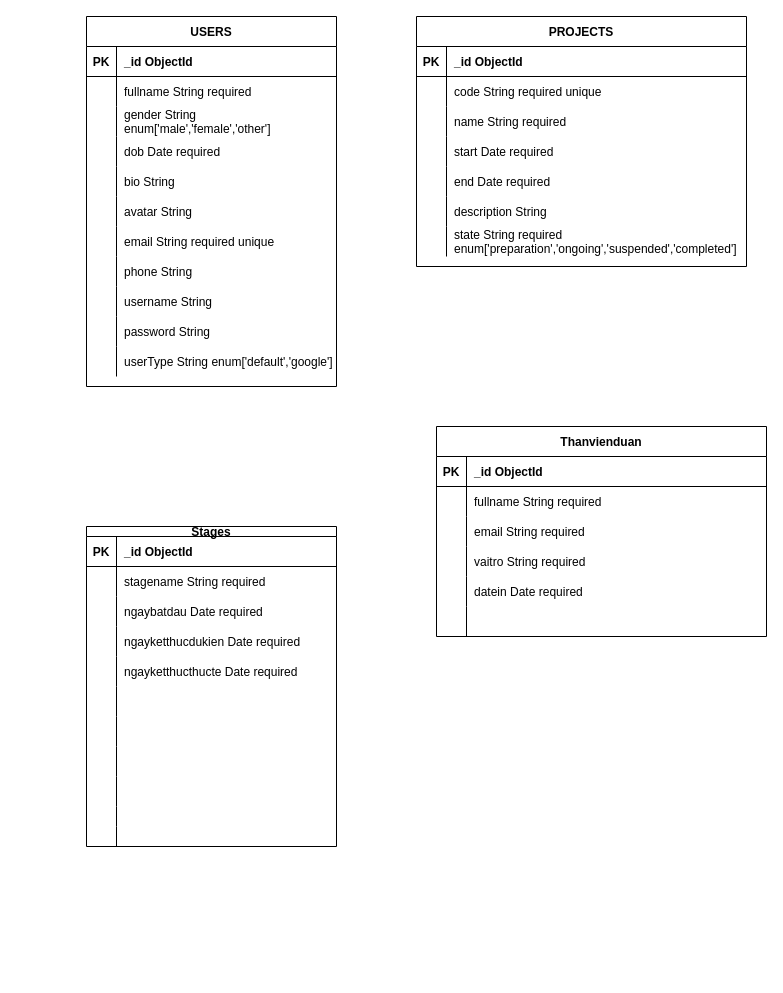
The draw.io diagram Untitled Diagram.drawio in mqdo/pnl-x10-2-backend, before the edit. Source tidied: cells renumbered, new cells numbered last; positions are measured from the earlier drawing's top-left corner, leaving out a move shared by most shapes. Both pictures are drawn from the tidied source at 100%, with x=0, y=0 at pixel (86, 16).
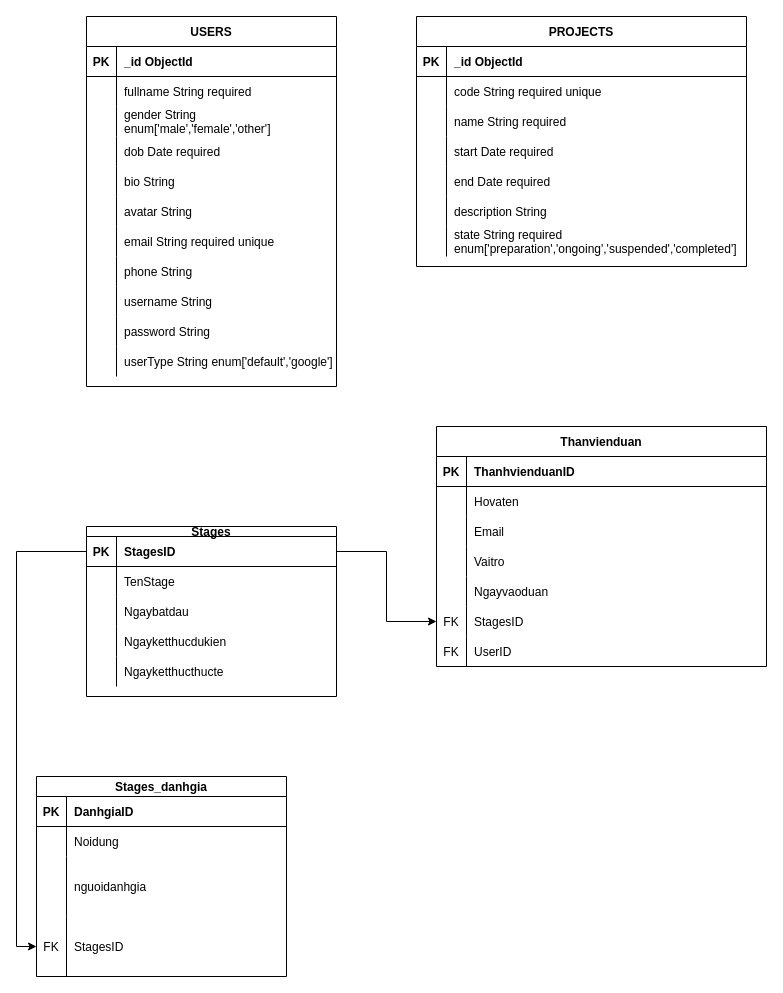
The same page after the edit.

Unchanged cells that the change refers to:
```xml
<mxCell id="59" style="shape=partialRectangle;fillColor=none;points=[[0,0.5],[1,0.5]];portConstraint=eastwest;top=0;left=0;right=0;bottom=1;" parent="58" vertex="1">
  <mxGeometry y="10" width="250" height="30" as="geometry" />
</mxCell>
<mxCell id="62" style="shape=partialRectangle;fillColor=none;top=0;left=0;right=0;bottom=0;" parent="58" vertex="1">
  <mxGeometry y="40" width="250" height="30" as="geometry" />
</mxCell>
<mxCell id="65" style="shape=partialRectangle;fillColor=none;top=0;left=0;right=0;bottom=0;" parent="58" vertex="1">
  <mxGeometry y="70" width="250" height="30" as="geometry" />
</mxCell>
<mxCell id="68" style="shape=partialRectangle;fillColor=none;top=0;left=0;right=0;bottom=0;" parent="58" vertex="1">
  <mxGeometry y="100" width="250" height="30" as="geometry" />
</mxCell>
<mxCell id="71" style="shape=partialRectangle;fillColor=none;top=0;left=0;right=0;bottom=0;" parent="58" vertex="1">
  <mxGeometry y="130" width="250" height="30" as="geometry" />
</mxCell>
<mxCell id="93" style="shape=partialRectangle;fillColor=none;top=0;left=0;right=0;bottom=1;" parent="92" vertex="1">
  <mxGeometry y="30" width="330" height="30" as="geometry" />
</mxCell>
<mxCell id="96" style="shape=partialRectangle;fillColor=none;top=0;left=0;right=0;bottom=0;" parent="92" vertex="1">
  <mxGeometry y="60" width="330" height="30" as="geometry" />
</mxCell>
<mxCell id="99" style="shape=partialRectangle;fillColor=none;top=0;left=0;right=0;bottom=0;" parent="92" vertex="1">
  <mxGeometry y="90" width="330" height="30" as="geometry" />
</mxCell>
<mxCell id="102" style="shape=partialRectangle;fillColor=none;top=0;left=0;right=0;bottom=0;" parent="92" vertex="1">
  <mxGeometry y="120" width="330" height="30" as="geometry" />
</mxCell>
<mxCell id="105" style="shape=partialRectangle;fillColor=none;top=0;left=0;right=0;bottom=0;" parent="92" vertex="1">
  <mxGeometry y="150" width="330" height="30" as="geometry" />
</mxCell>
<mxCell id="108" style="shape=partialRectangle;fillColor=none;points=[[0,0.5],[1,0.5]];portConstraint=eastwest;top=0;left=0;right=0;bottom=0;" parent="92" vertex="1">
  <mxGeometry y="180" width="330" height="30" as="geometry" />
</mxCell>
```

Change to the diagram source:
```diff
@@
     <mxCell id="58" value="Stages" style="shape=table;startSize=10;childLayout=tableLayout;rowLines=0;fontStyle=1;align=center;" parent="1" vertex="1">
-      <mxGeometry y="510" width="250" height="320" as="geometry" />
+      <mxGeometry y="510" width="250" height="170" as="geometry" />
     </mxCell>
@@
-    <mxCell id="61" value="_id ObjectId" style="shape=partialRectangle;overflow=hidden;fillColor=none;top=0;left=0;bottom=0;right=0;align=left;spacingLeft=6;fontStyle=1;" parent="59" vertex="1">
+    <mxCell id="61" value="StagesID" style="shape=partialRectangle;overflow=hidden;fillColor=none;top=0;left=0;bottom=0;right=0;align=left;spacingLeft=6;fontStyle=1;" parent="59" vertex="1">
       <mxGeometry x="30" width="220" height="30" as="geometry" />
     </mxCell>
@@
-    <mxCell id="64" value="stagename String required" style="shape=partialRectangle;overflow=hidden;fillColor=none;top=0;left=0;bottom=0;right=0;align=left;spacingLeft=6;fontStyle=0;" parent="62" vertex="1">
+    <mxCell id="64" value="TenStage" style="shape=partialRectangle;overflow=hidden;fillColor=none;top=0;left=0;bottom=0;right=0;align=left;spacingLeft=6;fontStyle=0;" parent="62" vertex="1">
       <mxGeometry x="30" width="220" height="30" as="geometry" />
     </mxCell>
@@
-    <mxCell id="67" value="ngaybatdau Date required" style="shape=partialRectangle;overflow=hidden;fillColor=none;top=0;left=0;bottom=0;right=0;align=left;spacingLeft=6;fontStyle=0;" parent="65" vertex="1">
+    <mxCell id="67" value="Ngaybatdau" style="shape=partialRectangle;overflow=hidden;fillColor=none;top=0;left=0;bottom=0;right=0;align=left;spacingLeft=6;fontStyle=0;" parent="65" vertex="1">
       <mxGeometry x="30" width="220" height="30" as="geometry" />
     </mxCell>
@@
-    <mxCell id="70" value="ngayketthucdukien Date required" style="shape=partialRectangle;overflow=hidden;fillColor=none;top=0;left=0;bottom=0;right=0;align=left;spacingLeft=6;" parent="68" vertex="1">
+    <mxCell id="70" value="Ngayketthucdukien" style="shape=partialRectangle;overflow=hidden;fillColor=none;top=0;left=0;bottom=0;right=0;align=left;spacingLeft=6;" parent="68" vertex="1">
       <mxGeometry x="30" width="220" height="30" as="geometry" />
     </mxCell>
@@
-    <mxCell id="73" value="ngayketthucthucte Date required" style="shape=partialRectangle;overflow=hidden;fillColor=none;top=0;left=0;bottom=0;right=0;align=left;spacingLeft=6;" parent="71" vertex="1">
+    <mxCell id="73" value="Ngayketthucthucte" style="shape=partialRectangle;overflow=hidden;fillColor=none;top=0;left=0;bottom=0;right=0;align=left;spacingLeft=6;" parent="71" vertex="1">
       <mxGeometry x="30" width="220" height="30" as="geometry" />
     </mxCell>
-    <mxCell id="74" style="shape=partialRectangle;fillColor=none;top=0;left=0;right=0;bottom=0;" parent="58" vertex="1">
-      <mxGeometry y="160" width="250" height="30" as="geometry" />
-    </mxCell>
-    <mxCell id="75" style="shape=partialRectangle;overflow=hidden;fillColor=none;top=0;left=0;bottom=0;right=0;" parent="74" vertex="1">
-      <mxGeometry width="30" height="30" as="geometry" />
-    </mxCell>
-    <mxCell id="76" style="shape=partialRectangle;overflow=hidden;fillColor=none;top=0;left=0;bottom=0;right=0;align=left;spacingLeft=6;" parent="74" vertex="1">
-      <mxGeometry x="30" width="220" height="30" as="geometry" />
-    </mxCell>
-    <mxCell id="77" style="shape=partialRectangle;fillColor=none;top=0;left=0;right=0;bottom=0;" parent="58" vertex="1">
-      <mxGeometry y="190" width="250" height="30" as="geometry" />
-    </mxCell>
-    <mxCell id="78" style="shape=partialRectangle;overflow=hidden;fillColor=none;top=0;left=0;bottom=0;right=0;" parent="77" vertex="1">
-      <mxGeometry width="30" height="30" as="geometry" />
-    </mxCell>
-    <mxCell id="79" style="shape=partialRectangle;overflow=hidden;fillColor=none;top=0;left=0;bottom=0;right=0;align=left;spacingLeft=6;" parent="77" vertex="1">
-      <mxGeometry x="30" width="220" height="30" as="geometry" />
-    </mxCell>
-    <mxCell id="80" style="shape=partialRectangle;fillColor=none;top=0;left=0;right=0;bottom=0;" parent="58" vertex="1">
-      <mxGeometry y="220" width="250" height="30" as="geometry" />
-    </mxCell>
-    <mxCell id="81" style="shape=partialRectangle;overflow=hidden;fillColor=none;top=0;left=0;bottom=0;right=0;" parent="80" vertex="1">
-      <mxGeometry width="30" height="30" as="geometry" />
-    </mxCell>
-    <mxCell id="82" style="shape=partialRectangle;overflow=hidden;fillColor=none;top=0;left=0;bottom=0;right=0;align=left;spacingLeft=6;" parent="80" vertex="1">
-      <mxGeometry x="30" width="220" height="30" as="geometry" />
-    </mxCell>
-    <mxCell id="83" style="shape=partialRectangle;fillColor=none;top=0;left=0;right=0;bottom=0;" parent="58" vertex="1">
-      <mxGeometry y="250" width="250" height="30" as="geometry" />
-    </mxCell>
-    <mxCell id="84" style="shape=partialRectangle;overflow=hidden;fillColor=none;top=0;left=0;bottom=0;right=0;" parent="83" vertex="1">
-      <mxGeometry width="30" height="30" as="geometry" />
-    </mxCell>
-    <mxCell id="85" style="shape=partialRectangle;overflow=hidden;fillColor=none;top=0;left=0;bottom=0;right=0;align=left;spacingLeft=6;" parent="83" vertex="1">
-      <mxGeometry x="30" width="220" height="30" as="geometry" />
-    </mxCell>
-    <mxCell id="86" style="shape=partialRectangle;fillColor=none;top=0;left=0;right=0;bottom=0;" parent="58" vertex="1">
-      <mxGeometry y="280" width="250" height="20" as="geometry" />
-    </mxCell>
-    <mxCell id="87" style="shape=partialRectangle;overflow=hidden;fillColor=none;top=0;left=0;bottom=0;right=0;" parent="86" vertex="1">
-      <mxGeometry width="30" height="20" as="geometry" />
-    </mxCell>
-    <mxCell id="88" style="shape=partialRectangle;overflow=hidden;fillColor=none;top=0;left=0;bottom=0;right=0;align=left;spacingLeft=6;" parent="86" vertex="1">
-      <mxGeometry x="30" width="220" height="20" as="geometry" />
-    </mxCell>
-    <mxCell id="89" style="shape=partialRectangle;fillColor=none;top=0;left=0;right=0;bottom=0;" parent="58" vertex="1">
-      <mxGeometry y="300" width="250" height="20" as="geometry" />
-    </mxCell>
-    <mxCell id="90" style="shape=partialRectangle;overflow=hidden;fillColor=none;top=0;left=0;bottom=0;right=0;" parent="89" vertex="1">
-      <mxGeometry width="30" height="20" as="geometry" />
-    </mxCell>
-    <mxCell id="91" style="shape=partialRectangle;overflow=hidden;fillColor=none;top=0;left=0;bottom=0;right=0;align=left;spacingLeft=6;" parent="89" vertex="1">
-      <mxGeometry x="30" width="220" height="20" as="geometry" />
-    </mxCell>
     <mxCell id="92" value="Thanvienduan" style="shape=table;startSize=30;childLayout=tableLayout;rowLines=0;fontStyle=1;align=center;" parent="1" vertex="1">
-      <mxGeometry x="350" y="410" width="330" height="210" as="geometry" />
+      <mxGeometry x="350" y="410" width="330" height="240" as="geometry" />
     </mxCell>
@@
-    <mxCell id="95" value="_id ObjectId" style="shape=partialRectangle;overflow=hidden;fillColor=none;top=0;left=0;bottom=0;right=0;align=left;spacingLeft=6;fontStyle=1;" parent="93" vertex="1">
+    <mxCell id="95" value="ThanhvienduanID" style="shape=partialRectangle;overflow=hidden;fillColor=none;top=0;left=0;bottom=0;right=0;align=left;spacingLeft=6;fontStyle=1;" parent="93" vertex="1">
       <mxGeometry x="30" width="300" height="30" as="geometry" />
     </mxCell>
@@
-    <mxCell id="98" value="fullname String required" style="shape=partialRectangle;overflow=hidden;fillColor=none;top=0;left=0;bottom=0;right=0;align=left;spacingLeft=6;" parent="96" vertex="1">
+    <mxCell id="98" value="Hovaten" style="shape=partialRectangle;overflow=hidden;fillColor=none;top=0;left=0;bottom=0;right=0;align=left;spacingLeft=6;" parent="96" vertex="1">
       <mxGeometry x="30" width="300" height="30" as="geometry" />
     </mxCell>
@@
-    <mxCell id="101" value="email String required" style="shape=partialRectangle;overflow=hidden;fillColor=none;top=0;left=0;bottom=0;right=0;align=left;spacingLeft=6;" parent="99" vertex="1">
+    <mxCell id="101" value="Email" style="shape=partialRectangle;overflow=hidden;fillColor=none;top=0;left=0;bottom=0;right=0;align=left;spacingLeft=6;" parent="99" vertex="1">
       <mxGeometry x="30" width="300" height="30" as="geometry" />
     </mxCell>
@@
-    <mxCell id="104" value="vaitro String required" style="shape=partialRectangle;overflow=hidden;fillColor=none;top=0;left=0;bottom=0;right=0;align=left;spacingLeft=6;" parent="102" vertex="1">
+    <mxCell id="104" value="Vaitro" style="shape=partialRectangle;overflow=hidden;fillColor=none;top=0;left=0;bottom=0;right=0;align=left;spacingLeft=6;" parent="102" vertex="1">
       <mxGeometry x="30" width="300" height="30" as="geometry" />
     </mxCell>
@@
-    <mxCell id="107" value="datein Date required" style="shape=partialRectangle;overflow=hidden;fillColor=none;top=0;left=0;bottom=0;right=0;align=left;spacingLeft=6;" parent="105" vertex="1">
+    <mxCell id="107" value="Ngayvaoduan" style="shape=partialRectangle;overflow=hidden;fillColor=none;top=0;left=0;bottom=0;right=0;align=left;spacingLeft=6;" parent="105" vertex="1">
       <mxGeometry x="30" width="300" height="30" as="geometry" />
     </mxCell>
@@
-    <mxCell id="109" style="shape=partialRectangle;overflow=hidden;fillColor=none;top=0;left=0;bottom=0;right=0;" parent="108" vertex="1">
-      <mxGeometry width="30" height="30" as="geometry" />
-    </mxCell>
-    <mxCell id="110" style="shape=partialRectangle;overflow=hidden;fillColor=none;top=0;left=0;bottom=0;right=0;align=left;spacingLeft=6;" parent="108" vertex="1">
-      <mxGeometry x="30" width="300" height="30" as="geometry" />
-    </mxCell>
+    <mxCell id="111" value="FK" style="shape=partialRectangle;overflow=hidden;fillColor=none;top=0;left=0;bottom=0;right=0;" parent="108" vertex="1">
+      <mxGeometry width="30" height="30" as="geometry" />
+    </mxCell>
+    <mxCell id="112" value="StagesID" style="shape=partialRectangle;overflow=hidden;fillColor=none;top=0;left=0;bottom=0;right=0;align=left;spacingLeft=6;" parent="108" vertex="1">
+      <mxGeometry x="30" width="300" height="30" as="geometry" />
+    </mxCell>
+    <mxCell id="113" style="shape=partialRectangle;fillColor=none;top=0;left=0;right=0;bottom=0;" parent="92" vertex="1">
+      <mxGeometry y="210" width="330" height="30" as="geometry" />
+    </mxCell>
+    <mxCell id="114" value="FK" style="shape=partialRectangle;overflow=hidden;fillColor=none;top=0;left=0;bottom=0;right=0;" parent="113" vertex="1">
+      <mxGeometry width="30" height="30" as="geometry" />
+    </mxCell>
+    <mxCell id="115" value="UserID" style="shape=partialRectangle;overflow=hidden;fillColor=none;top=0;left=0;bottom=0;right=0;align=left;spacingLeft=6;" parent="113" vertex="1">
+      <mxGeometry x="30" width="300" height="30" as="geometry" />
+    </mxCell>
+    <mxCell id="116" value="Stages_danhgia" style="shape=table;startSize=20;childLayout=tableLayout;rowLines=0;fontStyle=1;align=center;" parent="1" vertex="1">
+      <mxGeometry x="-50" y="760" width="250" height="200" as="geometry" />
+    </mxCell>
+    <mxCell id="117" style="shape=partialRectangle;fillColor=none;top=0;left=0;right=0;bottom=1;" parent="116" vertex="1">
+      <mxGeometry y="20" width="250" height="30" as="geometry" />
+    </mxCell>
+    <mxCell id="118" value="PK" style="shape=partialRectangle;overflow=hidden;fillColor=none;top=0;left=0;bottom=0;right=0;fontStyle=1;" parent="117" vertex="1">
+      <mxGeometry width="30" height="30" as="geometry" />
+    </mxCell>
+    <mxCell id="119" value="DanhgiaID" style="shape=partialRectangle;overflow=hidden;fillColor=none;top=0;left=0;bottom=0;right=0;align=left;spacingLeft=6;fontStyle=1;" parent="117" vertex="1">
+      <mxGeometry x="30" width="220" height="30" as="geometry" />
+    </mxCell>
+    <mxCell id="120" style="shape=partialRectangle;fillColor=none;top=0;left=0;right=0;bottom=0;" parent="116" vertex="1">
+      <mxGeometry y="50" width="250" height="30" as="geometry" />
+    </mxCell>
+    <mxCell id="121" style="shape=partialRectangle;overflow=hidden;fillColor=none;top=0;left=0;bottom=0;right=0;" parent="120" vertex="1">
+      <mxGeometry width="30" height="30" as="geometry" />
+    </mxCell>
+    <mxCell id="122" value="Noidung" style="shape=partialRectangle;overflow=hidden;fillColor=none;top=0;left=0;bottom=0;right=0;align=left;spacingLeft=6;fontStyle=0;" parent="120" vertex="1">
+      <mxGeometry x="30" width="220" height="30" as="geometry" />
+    </mxCell>
+    <mxCell id="123" style="shape=partialRectangle;fillColor=none;top=0;left=0;right=0;bottom=0;" parent="116" vertex="1">
+      <mxGeometry y="80" width="250" height="60" as="geometry" />
+    </mxCell>
+    <mxCell id="124" style="shape=partialRectangle;overflow=hidden;fillColor=none;top=0;left=0;bottom=0;right=0;" parent="123" vertex="1">
+      <mxGeometry width="30" height="60" as="geometry" />
+    </mxCell>
+    <mxCell id="125" value="nguoidanhgia" style="shape=partialRectangle;overflow=hidden;fillColor=none;top=0;left=0;bottom=0;right=0;align=left;spacingLeft=6;fontStyle=0;" parent="123" vertex="1">
+      <mxGeometry x="30" width="220" height="60" as="geometry" />
+    </mxCell>
+    <mxCell id="126" style="shape=partialRectangle;fillColor=none;points=[[0,0.5],[1,0.5]];portConstraint=eastwest;top=0;left=0;right=0;bottom=0;" parent="116" vertex="1">
+      <mxGeometry y="140" width="250" height="60" as="geometry" />
+    </mxCell>
+    <mxCell id="127" value="FK" style="shape=partialRectangle;overflow=hidden;fillColor=none;top=0;left=0;bottom=0;right=0;" parent="126" vertex="1">
+      <mxGeometry width="30" height="60" as="geometry" />
+    </mxCell>
+    <mxCell id="128" value="StagesID" style="shape=partialRectangle;overflow=hidden;fillColor=none;top=0;left=0;bottom=0;right=0;align=left;spacingLeft=6;fontStyle=0;" parent="126" vertex="1">
+      <mxGeometry x="30" width="220" height="60" as="geometry" />
+    </mxCell>
+    <mxCell id="129" style="edgeStyle=orthogonalEdgeStyle;rounded=0;jettySize=auto;html=1;exitX=1;exitY=0.5;exitDx=0;exitDy=0;" parent="1" edge="1" source="59" target="108">
+      <mxGeometry relative="1" as="geometry" />
+    </mxCell>
+    <mxCell id="130" style="edgeStyle=orthogonalEdgeStyle;rounded=0;jettySize=auto;html=1;exitX=0;exitY=0.5;exitDx=0;exitDy=0;entryX=0;entryY=0.5;entryDx=0;entryDy=0;" parent="1" edge="1" source="59" target="126">
+      <mxGeometry relative="1" as="geometry" />
+    </mxCell>
```
